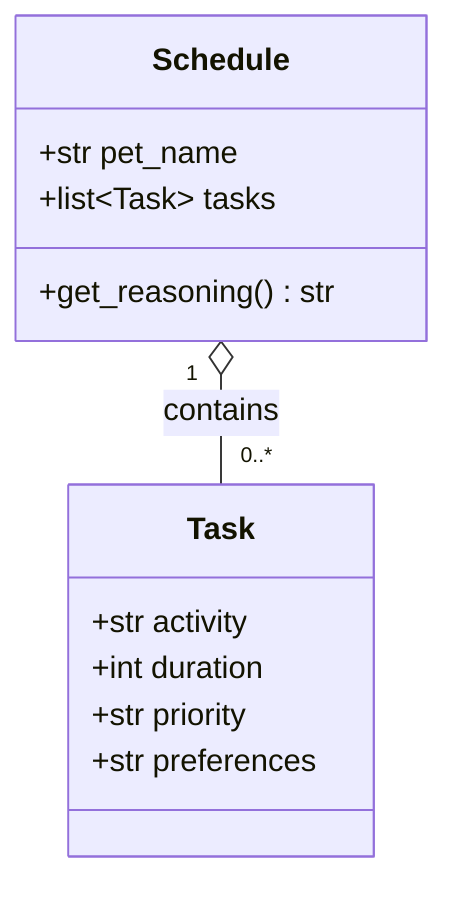
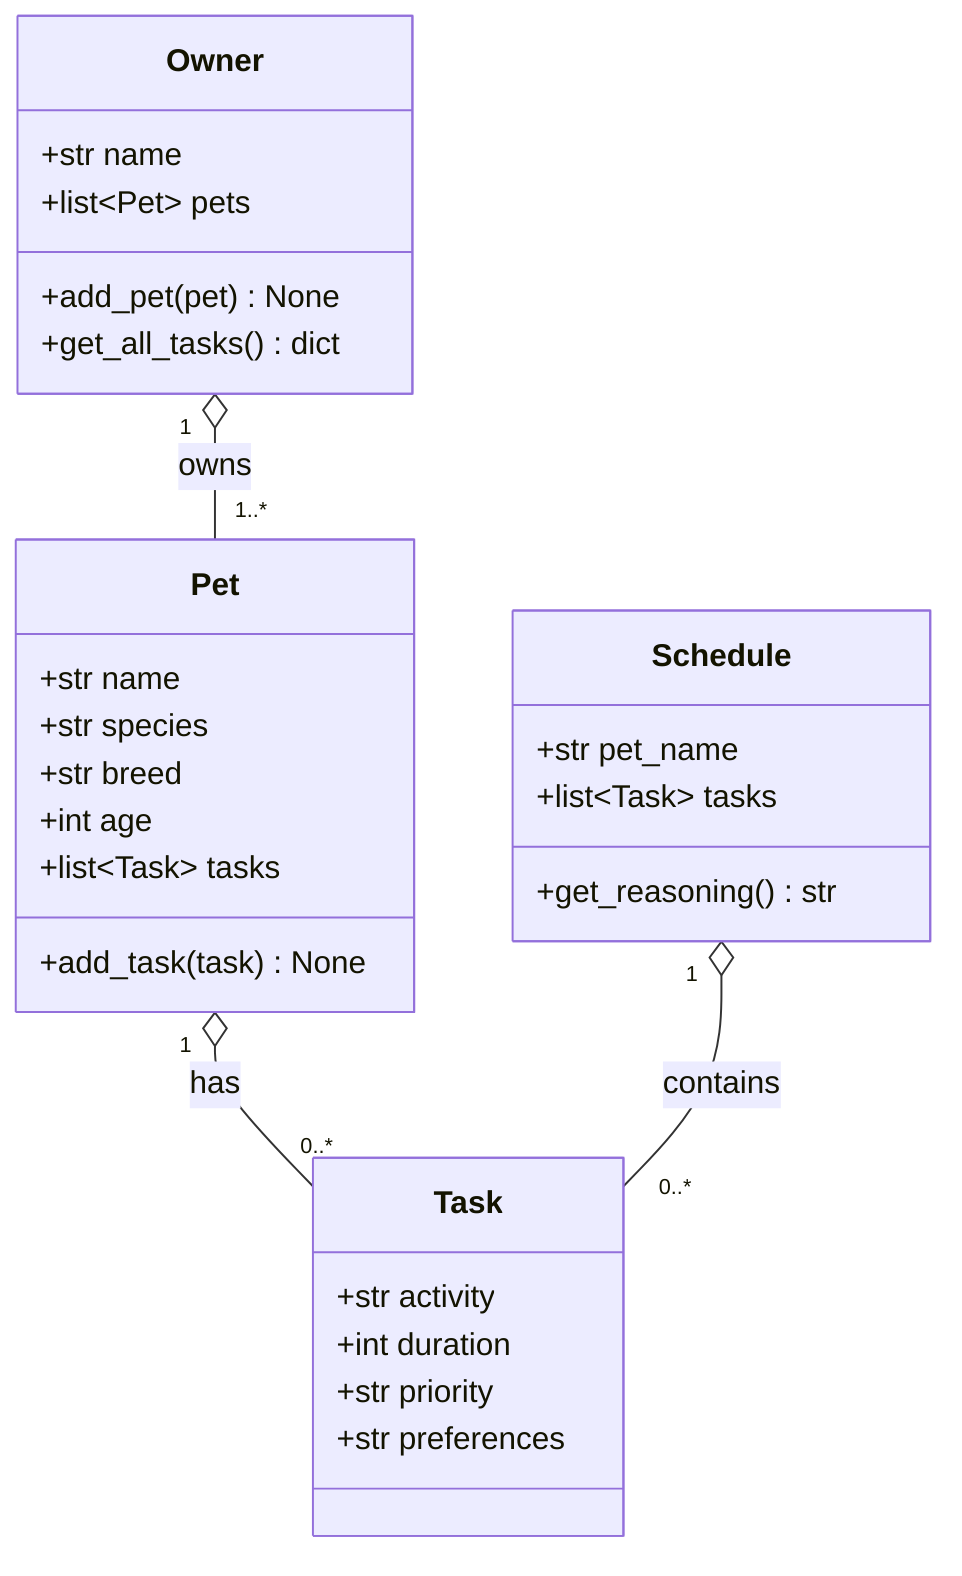
classDiagram
    class Task {
        +str activity
        +int duration
        +str priority
        +str preferences
    }

+     class Pet {
+         +str name
+         +str species
+         +str breed
+         +int age
+         +list~Task~ tasks
+         +add_task(task) None
+     }
+ 
+     class Owner {
+         +str name
+         +list~Pet~ pets
+         +add_pet(pet) None
+         +get_all_tasks() dict
+     }
+ 
    class Schedule {
        +str pet_name
        +list~Task~ tasks
        +get_reasoning() str
    }

+     Owner "1" o-- "1..*" Pet : owns
+     Pet "1" o-- "0..*" Task : has
    Schedule "1" o-- "0..*" Task : contains
